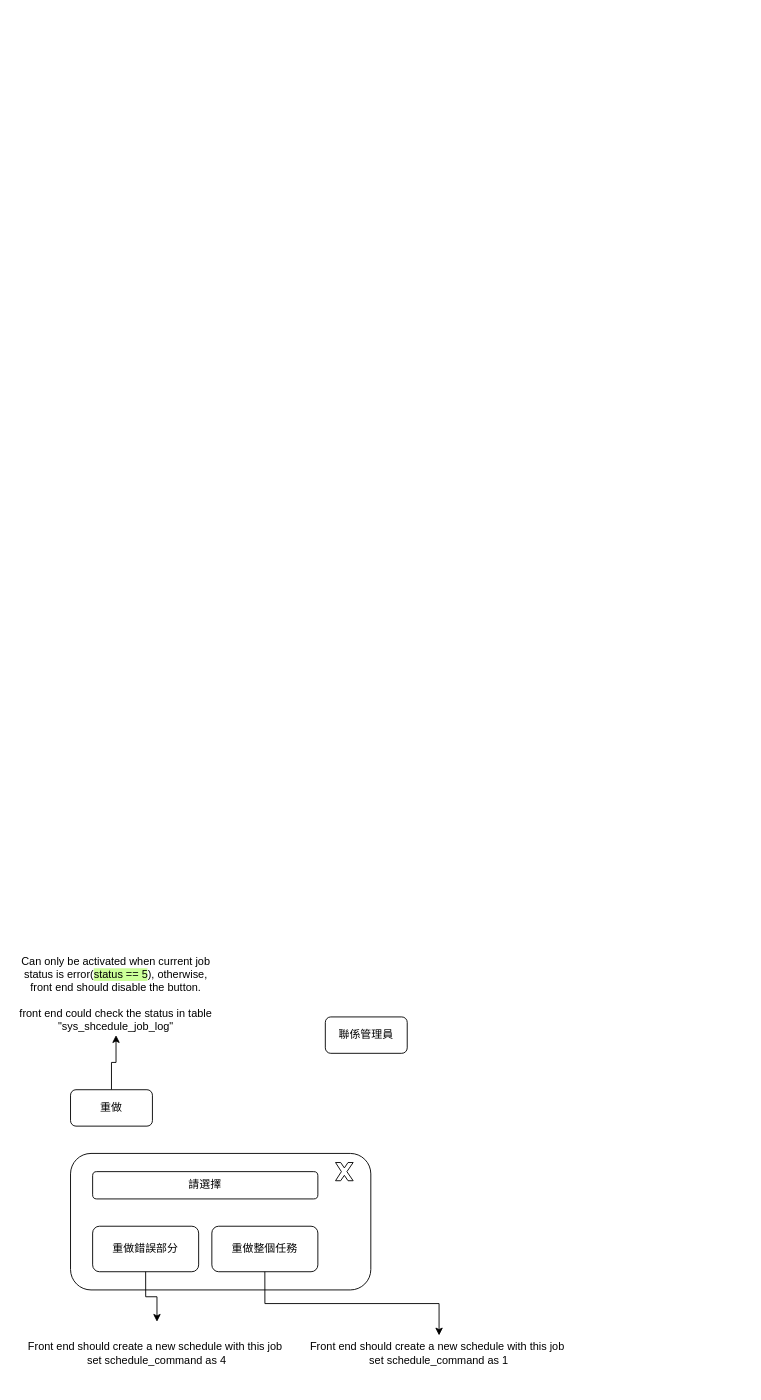
wuyongf/w0303-ipc1 keeps this draw.io diagram as page "JobLogPage" (3 of 3) of workflows/workflow_DoSchedules.drawio. Above is the earlier version. Source tidied: cells renumbered, new cells numbered last; positions are measured from the earlier drawing's top-left corner, leaving out a move shared by most shapes. Both pictures are drawn from the tidied source at 91%, with x=0, y=0 at pixel (15, 953).
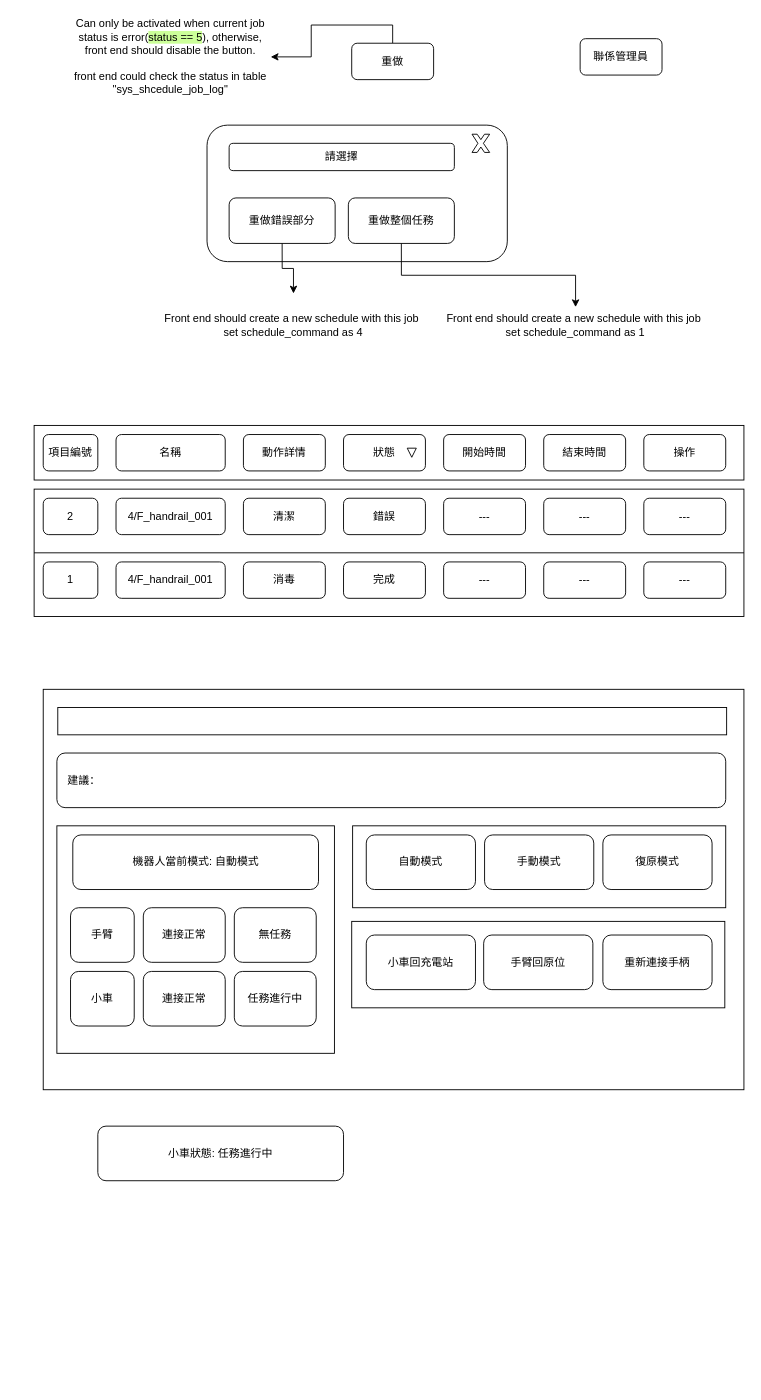
Above is the later version.

The edit, as a diff of the source:
```diff
@@
+    <mxCell id="16" style="rounded=0;whiteSpace=wrap;html=1;" parent="1" vertex="1">
+      <mxGeometry x="30" y="-290" width="770" height="440" as="geometry" />
+    </mxCell>
+    <mxCell id="17" style="rounded=0;whiteSpace=wrap;html=1;" parent="1" vertex="1">
+      <mxGeometry x="369" y="-35" width="410" height="95" as="geometry" />
+    </mxCell>
+    <mxCell id="18" style="rounded=0;whiteSpace=wrap;html=1;" parent="1" vertex="1">
+      <mxGeometry x="370" y="-140" width="410" height="90" as="geometry" />
+    </mxCell>
+    <mxCell id="19" style="rounded=0;whiteSpace=wrap;html=1;" parent="1" vertex="1">
+      <mxGeometry x="45" y="-140" width="305" height="250" as="geometry" />
+    </mxCell>
+    <mxCell id="20" style="rounded=0;whiteSpace=wrap;html=1;" parent="1" vertex="1">
+      <mxGeometry x="20" y="-510" width="780" height="140" as="geometry" />
+    </mxCell>
@@
     <mxCell id="3" value="重做" style="rounded=1;whiteSpace=wrap;html=1;" parent="1" vertex="1">
-      <mxGeometry x="60" y="150" width="90" height="40" as="geometry" />
+      <mxGeometry x="369" y="-1000" width="90" height="40" as="geometry" />
     </mxCell>
     <mxCell id="4" value="聯係管理員" style="rounded=1;whiteSpace=wrap;html=1;" parent="1" vertex="1">
-      <mxGeometry x="340" y="70" width="90" height="40" as="geometry" />
+      <mxGeometry x="620" y="-1005" width="90" height="40" as="geometry" />
     </mxCell>
     <mxCell id="5" value="Can only be activated when current job status is error(&lt;span style=&quot;background-color: rgb(204 , 255 , 153)&quot;&gt;status == 5&lt;/span&gt;), otherwise, front end should disable the button.&lt;br&gt;&lt;br&gt;front end could check the status in table &quot;sys_shcedule_job_log&quot;" style="text;html=1;strokeColor=none;fillColor=none;align=center;verticalAlign=middle;whiteSpace=wrap;rounded=0;" parent="1" vertex="1">
-      <mxGeometry width="220" height="90" as="geometry" />
+      <mxGeometry x="60" y="-1030" width="220" height="90" as="geometry" />
     </mxCell>
     <mxCell id="6" style="group;" parent="1" vertex="1">
-      <mxGeometry x="60" y="220" width="330" height="150" as="geometry" />
+      <mxGeometry x="210" y="-910" width="330" height="150" as="geometry" />
     </mxCell>
@@
     <mxCell id="13" value="Front end should create a new schedule with this job&amp;nbsp;&lt;br&gt;set schedule_command as 4" style="text;html=1;strokeColor=none;fillColor=none;align=center;verticalAlign=middle;whiteSpace=wrap;rounded=0;" parent="1" vertex="1">
-      <mxGeometry x="10" y="405" width="290" height="70" as="geometry" />
+      <mxGeometry x="160" y="-725" width="290" height="70" as="geometry" />
     </mxCell>
@@
     <mxCell id="15" value="Front end should create&amp;nbsp;a new schedule with this job&amp;nbsp;&lt;br&gt;set schedule_command as 1" style="text;html=1;strokeColor=none;fillColor=none;align=center;verticalAlign=middle;whiteSpace=wrap;rounded=0;" parent="1" vertex="1">
-      <mxGeometry x="320" y="420" width="290" height="40" as="geometry" />
+      <mxGeometry x="470" y="-710" width="290" height="40" as="geometry" />
     </mxCell>
+    <mxCell id="21" style="rounded=0;whiteSpace=wrap;html=1;" parent="1" vertex="1">
+      <mxGeometry x="20" y="-580" width="780" height="60" as="geometry" />
+    </mxCell>
+    <mxCell id="22" value="項目編號" style="rounded=1;whiteSpace=wrap;html=1;" parent="1" vertex="1">
+      <mxGeometry x="30" y="-570" width="60" height="40" as="geometry" />
+    </mxCell>
+    <mxCell id="23" value="名稱" style="rounded=1;whiteSpace=wrap;html=1;" parent="1" vertex="1">
+      <mxGeometry x="110" y="-570" width="120" height="40" as="geometry" />
+    </mxCell>
+    <mxCell id="24" value="動作詳情" style="rounded=1;whiteSpace=wrap;html=1;" parent="1" vertex="1">
+      <mxGeometry x="250" y="-570" width="90" height="40" as="geometry" />
+    </mxCell>
+    <mxCell id="25" value="開始時間" style="rounded=1;whiteSpace=wrap;html=1;" parent="1" vertex="1">
+      <mxGeometry x="470" y="-570" width="90" height="40" as="geometry" />
+    </mxCell>
+    <mxCell id="26" value="結束時間" style="rounded=1;whiteSpace=wrap;html=1;" parent="1" vertex="1">
+      <mxGeometry x="580" y="-570" width="90" height="40" as="geometry" />
+    </mxCell>
+    <mxCell id="27" value="操作" style="rounded=1;whiteSpace=wrap;html=1;" parent="1" vertex="1">
+      <mxGeometry x="690" y="-570" width="90" height="40" as="geometry" />
+    </mxCell>
+    <mxCell id="28" value="狀態" style="rounded=1;whiteSpace=wrap;html=1;" parent="1" vertex="1">
+      <mxGeometry x="360" y="-570" width="90" height="40" as="geometry" />
+    </mxCell>
+    <mxCell id="29" value="清潔" style="rounded=1;whiteSpace=wrap;html=1;" parent="1" vertex="1">
+      <mxGeometry x="250" y="-500" width="90" height="40" as="geometry" />
+    </mxCell>
+    <mxCell id="30" value="消毒" style="rounded=1;whiteSpace=wrap;html=1;" parent="1" vertex="1">
+      <mxGeometry x="250" y="-430" width="90" height="40" as="geometry" />
+    </mxCell>
+    <mxCell id="31" style="endArrow=none;html=1;exitX=0;exitY=0.5;exitDx=0;exitDy=0;entryX=1;entryY=0.5;entryDx=0;entryDy=0;" parent="1" edge="1" source="20" target="20">
+      <mxGeometry relative="1" as="geometry" />
+    </mxCell>
+    <mxCell id="32" value="錯誤" style="rounded=1;whiteSpace=wrap;html=1;" parent="1" vertex="1">
+      <mxGeometry x="360" y="-500" width="90" height="40" as="geometry" />
+    </mxCell>
+    <mxCell id="33" value="完成" style="rounded=1;whiteSpace=wrap;html=1;" parent="1" vertex="1">
+      <mxGeometry x="360" y="-430" width="90" height="40" as="geometry" />
+    </mxCell>
+    <mxCell id="34" value="1" style="rounded=1;whiteSpace=wrap;html=1;" parent="1" vertex="1">
+      <mxGeometry x="30" y="-430" width="60" height="40" as="geometry" />
+    </mxCell>
+    <mxCell id="35" value="2" style="rounded=1;whiteSpace=wrap;html=1;" parent="1" vertex="1">
+      <mxGeometry x="30" y="-500" width="60" height="40" as="geometry" />
+    </mxCell>
+    <mxCell id="36" value="4/F_handrail_001" style="rounded=1;whiteSpace=wrap;html=1;" parent="1" vertex="1">
+      <mxGeometry x="110" y="-430" width="120" height="40" as="geometry" />
+    </mxCell>
+    <mxCell id="37" value="4/F_handrail_001" style="rounded=1;whiteSpace=wrap;html=1;" parent="1" vertex="1">
+      <mxGeometry x="110" y="-500" width="120" height="40" as="geometry" />
+    </mxCell>
+    <mxCell id="38" value="---" style="rounded=1;whiteSpace=wrap;html=1;" parent="1" vertex="1">
+      <mxGeometry x="690" y="-500" width="90" height="40" as="geometry" />
+    </mxCell>
+    <mxCell id="39" value="---" style="rounded=1;whiteSpace=wrap;html=1;" parent="1" vertex="1">
+      <mxGeometry x="690" y="-430" width="90" height="40" as="geometry" />
+    </mxCell>
+    <mxCell id="40" value="---" style="rounded=1;whiteSpace=wrap;html=1;" parent="1" vertex="1">
+      <mxGeometry x="470" y="-500" width="90" height="40" as="geometry" />
+    </mxCell>
+    <mxCell id="41" value="---" style="rounded=1;whiteSpace=wrap;html=1;" parent="1" vertex="1">
+      <mxGeometry x="470" y="-430" width="90" height="40" as="geometry" />
+    </mxCell>
+    <mxCell id="42" value="---" style="rounded=1;whiteSpace=wrap;html=1;" parent="1" vertex="1">
+      <mxGeometry x="580" y="-500" width="90" height="40" as="geometry" />
+    </mxCell>
+    <mxCell id="43" value="---" style="rounded=1;whiteSpace=wrap;html=1;" parent="1" vertex="1">
+      <mxGeometry x="580" y="-430" width="90" height="40" as="geometry" />
+    </mxCell>
+    <mxCell id="44" style="triangle;whiteSpace=wrap;html=1;rotation=90;" parent="1" vertex="1">
+      <mxGeometry x="430" y="-555" width="10" height="10" as="geometry" />
+    </mxCell>
+    <mxCell id="45" value="手動模式" style="rounded=1;whiteSpace=wrap;html=1;" parent="1" vertex="1">
+      <mxGeometry x="515" y="-130" width="120" height="60" as="geometry" />
+    </mxCell>
+    <mxCell id="46" value="自動模式" style="rounded=1;whiteSpace=wrap;html=1;" parent="1" vertex="1">
+      <mxGeometry x="385" y="-130" width="120" height="60" as="geometry" />
+    </mxCell>
+    <mxCell id="47" value="復原模式" style="rounded=1;whiteSpace=wrap;html=1;" parent="1" vertex="1">
+      <mxGeometry x="645" y="-130" width="120" height="60" as="geometry" />
+    </mxCell>
+    <mxCell id="48" value="機器人當前模式: 自動模式" style="rounded=1;whiteSpace=wrap;html=1;" parent="1" vertex="1">
+      <mxGeometry x="62.5" y="-130" width="270" height="60" as="geometry" />
+    </mxCell>
+    <mxCell id="49" value="手臂" style="rounded=1;whiteSpace=wrap;html=1;" parent="1" vertex="1">
+      <mxGeometry x="60" y="-50" width="70" height="60" as="geometry" />
+    </mxCell>
+    <mxCell id="50" value="小車狀態: 任務進行中" style="rounded=1;whiteSpace=wrap;html=1;" parent="1" vertex="1">
+      <mxGeometry x="90" y="190" width="270" height="60" as="geometry" />
+    </mxCell>
+    <mxCell id="51" value="&amp;nbsp; &amp;nbsp;建議：" style="rounded=1;whiteSpace=wrap;html=1;align=left;" parent="1" vertex="1">
+      <mxGeometry x="45" y="-220" width="735" height="60" as="geometry" />
+    </mxCell>
+    <mxCell id="52" style="rounded=0;whiteSpace=wrap;html=1;" parent="1" vertex="1">
+      <mxGeometry x="46" y="-270" width="735" height="30" as="geometry" />
+    </mxCell>
+    <mxCell id="53" value="小車回充電站" style="rounded=1;whiteSpace=wrap;html=1;" parent="1" vertex="1">
+      <mxGeometry x="385" y="-20" width="120" height="60" as="geometry" />
+    </mxCell>
+    <mxCell id="54" value="手臂回原位" style="rounded=1;whiteSpace=wrap;html=1;" parent="1" vertex="1">
+      <mxGeometry x="514" y="-20" width="120" height="60" as="geometry" />
+    </mxCell>
+    <mxCell id="55" value="重新連接手柄" style="rounded=1;whiteSpace=wrap;html=1;" parent="1" vertex="1">
+      <mxGeometry x="645" y="-20" width="120" height="60" as="geometry" />
+    </mxCell>
+    <mxCell id="56" value="連接正常" style="rounded=1;whiteSpace=wrap;html=1;" parent="1" vertex="1">
+      <mxGeometry x="140" y="-50" width="90" height="60" as="geometry" />
+    </mxCell>
+    <mxCell id="57" value="無任務" style="rounded=1;whiteSpace=wrap;html=1;" parent="1" vertex="1">
+      <mxGeometry x="240" y="-50" width="90" height="60" as="geometry" />
+    </mxCell>
+    <mxCell id="58" value="小車" style="rounded=1;whiteSpace=wrap;html=1;" parent="1" vertex="1">
+      <mxGeometry x="60" y="20" width="70" height="60" as="geometry" />
+    </mxCell>
+    <mxCell id="59" value="連接正常" style="rounded=1;whiteSpace=wrap;html=1;" parent="1" vertex="1">
+      <mxGeometry x="140" y="20" width="90" height="60" as="geometry" />
+    </mxCell>
+    <mxCell id="60" value="任務進行中" style="rounded=1;whiteSpace=wrap;html=1;" parent="1" vertex="1">
+      <mxGeometry x="240" y="20" width="90" height="60" as="geometry" />
+    </mxCell>
```
